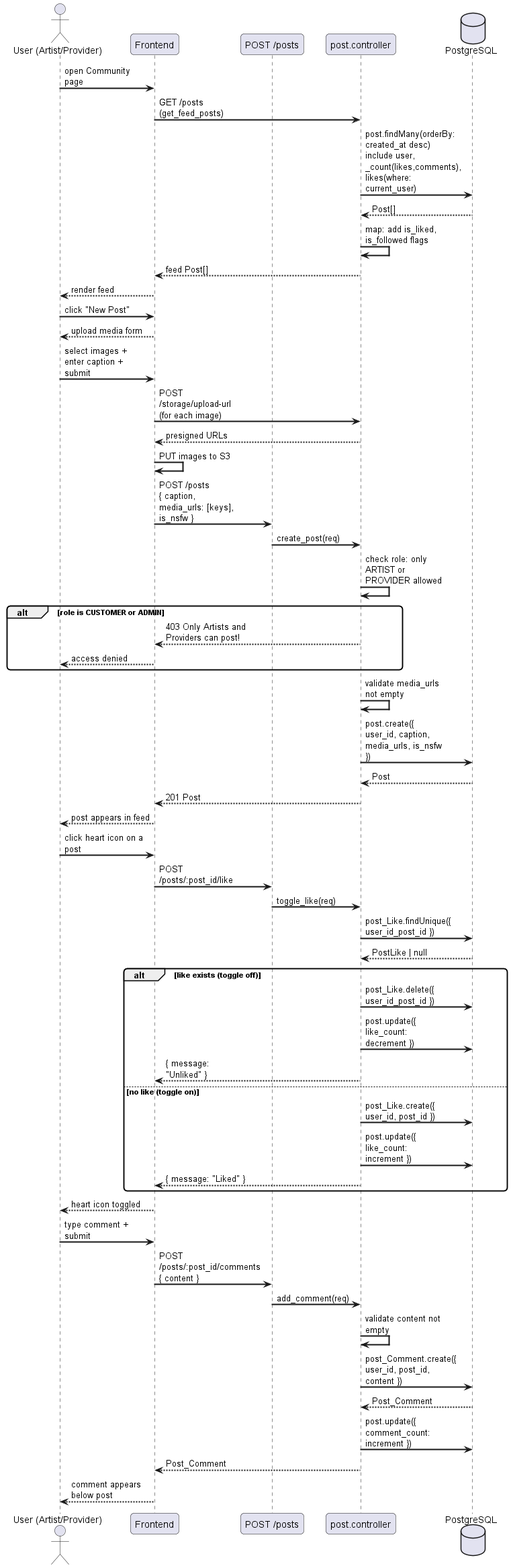
Earlier version of the PlantUML export docs/diagrams/exports/sequence/social/sequence_social_post.png (Schryzon/3Dex). Its diagram source:
```plantuml
@startuml
skinparam sequenceArrowThickness 2
skinparam roundcorner 10
skinparam maxmessagesize 120

actor "User (Artist/Provider)" as U
participant "Frontend" as FE
participant "POST /posts" as API
participant "post.controller" as PC
database "PostgreSQL" as DB

U -> FE : open Community page
FE -> PC : GET /posts (get_feed_posts)
PC -> DB : post.findMany(orderBy: created_at desc)\ninclude user, _count(likes,comments), likes(where: current_user)
DB --> PC : Post[]
PC -> PC : map: add is_liked, is_followed flags
PC --> FE : feed Post[]
FE --> U : render feed

U -> FE : click "New Post"
FE --> U : upload media form
U -> FE : select images + enter caption + submit
FE -> PC : POST /storage/upload-url (for each image)
PC --> FE : presigned URLs
FE -> FE : PUT images to S3
FE -> API : POST /posts\n{ caption, media_urls: [keys], is_nsfw }
API -> PC : create_post(req)
PC -> PC : check role: only ARTIST or PROVIDER allowed
alt role is CUSTOMER or ADMIN
    PC --> FE : 403 Only Artists and Providers can post!
    FE --> U : access denied
end
PC -> PC : validate media_urls not empty
PC -> DB : post.create({ user_id, caption, media_urls, is_nsfw })
DB --> PC : Post
PC --> FE : 201 Post
FE --> U : post appears in feed

U -> FE : click heart icon on a post
FE -> API : POST /posts/:post_id/like
API -> PC : toggle_like(req)
PC -> DB : post_Like.findUnique({ user_id_post_id })
DB --> PC : PostLike | null
alt like exists (toggle off)
    PC -> DB : post_Like.delete({ user_id_post_id })
    PC -> DB : post.update({ like_count: decrement })
    PC --> FE : { message: "Unliked" }
else no like (toggle on)
    PC -> DB : post_Like.create({ user_id, post_id })
    PC -> DB : post.update({ like_count: increment })
    PC --> FE : { message: "Liked" }
end
FE --> U : heart icon toggled

U -> FE : type comment + submit
FE -> API : POST /posts/:post_id/comments\n{ content }
API -> PC : add_comment(req)
PC -> PC : validate content not empty
PC -> DB : post_Comment.create({ user_id, post_id, content })
DB --> PC : Post_Comment
PC -> DB : post.update({ comment_count: increment })
PC --> FE : Post_Comment
FE --> U : comment appears below post
@enduml
```
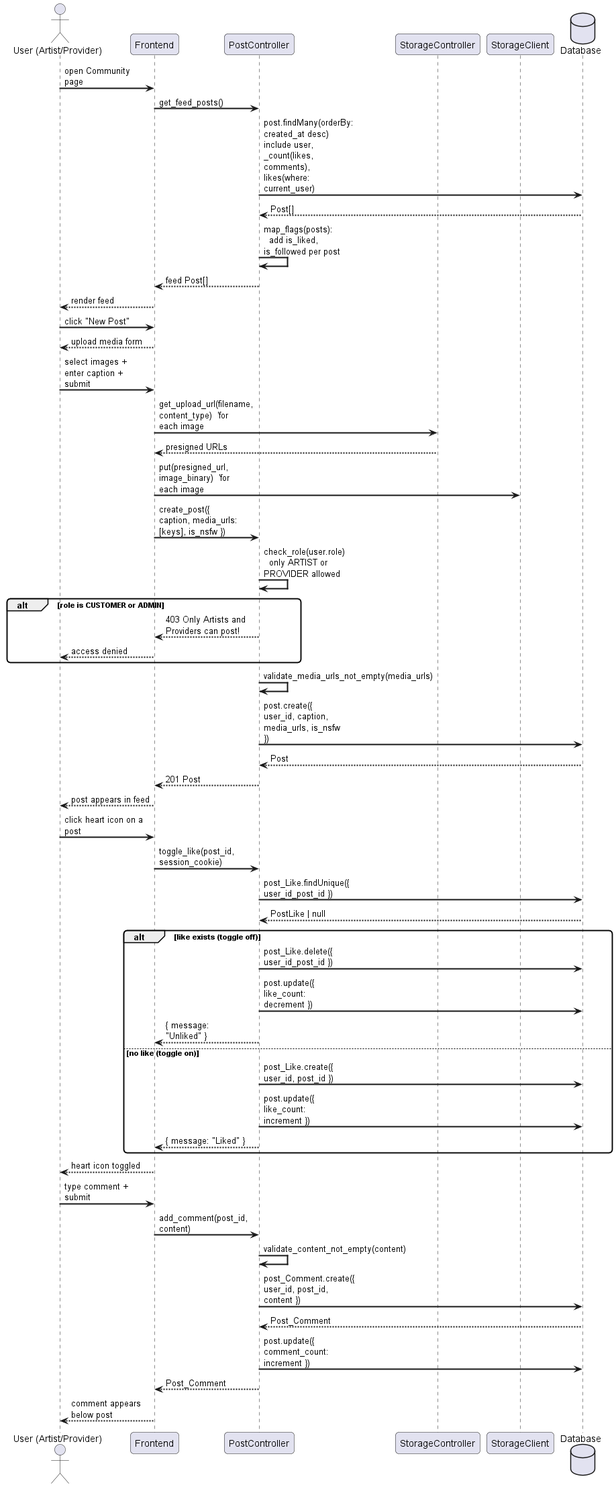
After the commit.

Change to the diagram source:
```diff
@@ -5,40 +5,39 @@
 
 actor "User (Artist/Provider)" as U
 participant "Frontend" as FE
-participant "POST /posts" as API
-participant "post.controller" as PC
-database "PostgreSQL" as DB
+participant "PostController" as PC
+participant "StorageController" as SC
+participant "StorageClient" as S3
+database "Database" as DB
 
 U -> FE : open Community page
-FE -> PC : GET /posts (get_feed_posts)
-PC -> DB : post.findMany(orderBy: created_at desc)\ninclude user, _count(likes,comments), likes(where: current_user)
+FE -> PC : get_feed_posts()
+PC -> DB : post.findMany(orderBy: created_at desc)\ninclude user, _count(likes, comments), likes(where: current_user)
 DB --> PC : Post[]
-PC -> PC : map: add is_liked, is_followed flags
+PC -> PC : map_flags(posts):\n  add is_liked, is_followed per post
 PC --> FE : feed Post[]
 FE --> U : render feed
 
 U -> FE : click "New Post"
 FE --> U : upload media form
 U -> FE : select images + enter caption + submit
-FE -> PC : POST /storage/upload-url (for each image)
-PC --> FE : presigned URLs
-FE -> FE : PUT images to S3
-FE -> API : POST /posts\n{ caption, media_urls: [keys], is_nsfw }
-API -> PC : create_post(req)
-PC -> PC : check role: only ARTIST or PROVIDER allowed
+FE -> SC : get_upload_url(filename, content_type)  'for each image
+SC --> FE : presigned URLs
+FE -> S3 : put(presigned_url, image_binary)  'for each image
+FE -> PC : create_post({ caption, media_urls: [keys], is_nsfw })
+PC -> PC : check_role(user.role)\n  only ARTIST or PROVIDER allowed
 alt role is CUSTOMER or ADMIN
     PC --> FE : 403 Only Artists and Providers can post!
     FE --> U : access denied
 end
-PC -> PC : validate media_urls not empty
+PC -> PC : validate_media_urls_not_empty(media_urls)
 PC -> DB : post.create({ user_id, caption, media_urls, is_nsfw })
 DB --> PC : Post
 PC --> FE : 201 Post
 FE --> U : post appears in feed
 
 U -> FE : click heart icon on a post
-FE -> API : POST /posts/:post_id/like
-API -> PC : toggle_like(req)
+FE -> PC : toggle_like(post_id, session_cookie)
 PC -> DB : post_Like.findUnique({ user_id_post_id })
 DB --> PC : PostLike | null
 alt like exists (toggle off)
@@ -53,9 +52,8 @@
 FE --> U : heart icon toggled
 
 U -> FE : type comment + submit
-FE -> API : POST /posts/:post_id/comments\n{ content }
-API -> PC : add_comment(req)
-PC -> PC : validate content not empty
+FE -> PC : add_comment(post_id, content)
+PC -> PC : validate_content_not_empty(content)
 PC -> DB : post_Comment.create({ user_id, post_id, content })
 DB --> PC : Post_Comment
 PC -> DB : post.update({ comment_count: increment })
```
